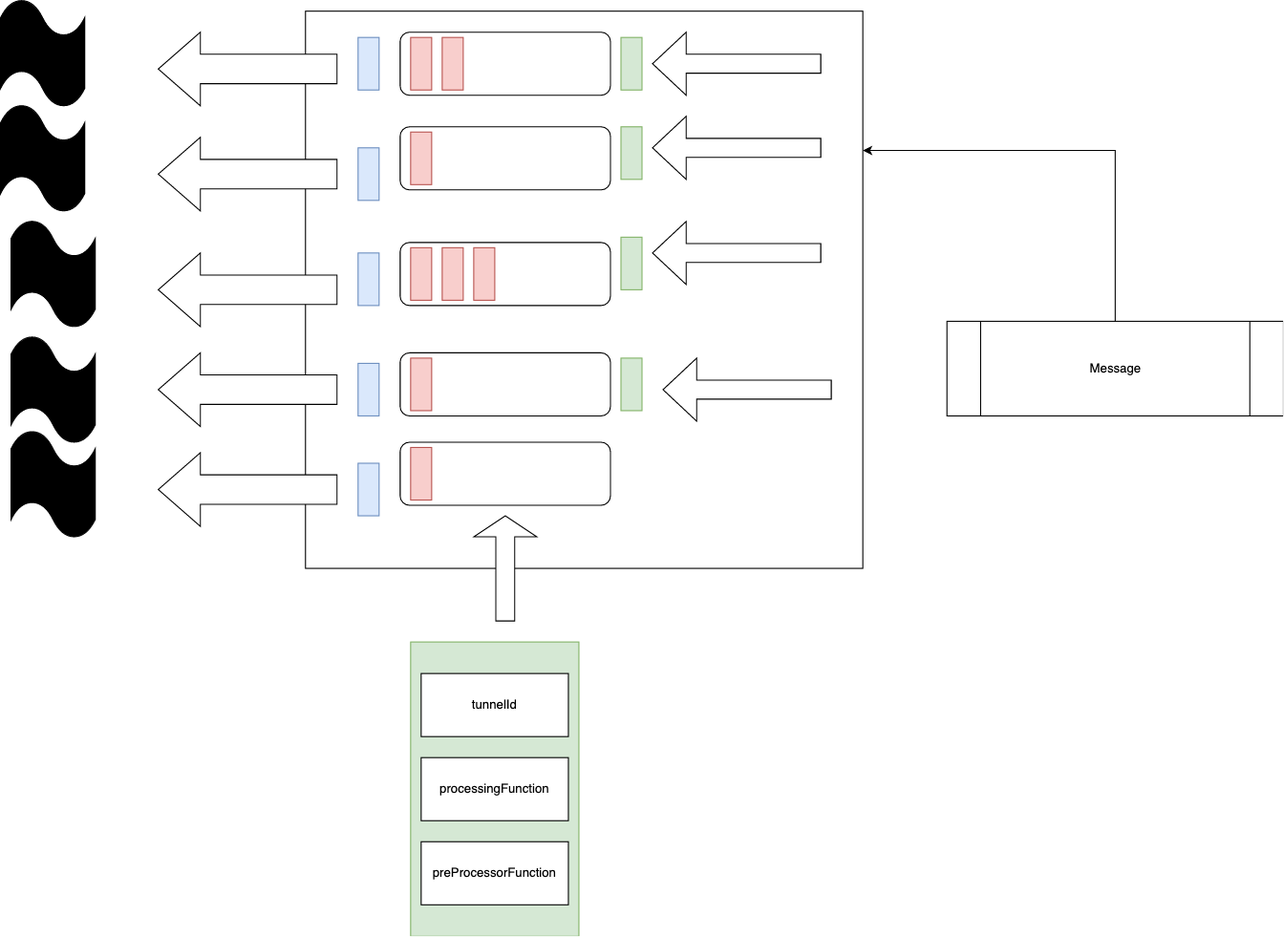
This is doc/JsSchedular.png from AmeetGill/Trison, a draw.io export, as it was before one commit. Source tidied: cells renumbered, new cells last; positions are measured from the earlier drawing's top-left corner, leaving out a move shared by most shapes. Its diagram source:
```xml
<mxGraphModel>
  <root>
    <mxCell id="0" />
    <mxCell id="1" parent="0" />
    <mxCell id="2" style="whiteSpace=wrap;html=1;" parent="1" vertex="1">
      <mxGeometry x="290" y="10" width="530" height="530" as="geometry" />
    </mxCell>
    <mxCell id="3" style="rounded=1;whiteSpace=wrap;html=1;" parent="1" vertex="1">
      <mxGeometry x="380" y="120" width="200" height="60" as="geometry" />
    </mxCell>
    <mxCell id="4" style="rounded=1;whiteSpace=wrap;html=1;" parent="1" vertex="1">
      <mxGeometry x="380" y="230" width="200" height="60" as="geometry" />
    </mxCell>
    <mxCell id="5" style="rounded=1;whiteSpace=wrap;html=1;" parent="1" vertex="1">
      <mxGeometry x="380" y="335" width="200" height="60" as="geometry" />
    </mxCell>
    <mxCell id="6" style="rounded=1;whiteSpace=wrap;html=1;" parent="1" vertex="1">
      <mxGeometry x="380" y="30" width="200" height="60" as="geometry" />
    </mxCell>
    <mxCell id="7" style="shape=singleArrow;direction=west;whiteSpace=wrap;html=1;" parent="1" vertex="1">
      <mxGeometry x="620" y="30" width="160" height="60" as="geometry" />
    </mxCell>
    <mxCell id="8" style="shape=singleArrow;direction=west;whiteSpace=wrap;html=1;" parent="1" vertex="1">
      <mxGeometry x="620" y="110" width="160" height="60" as="geometry" />
    </mxCell>
    <mxCell id="9" style="shape=singleArrow;direction=west;whiteSpace=wrap;html=1;" parent="1" vertex="1">
      <mxGeometry x="620" y="210" width="160" height="60" as="geometry" />
    </mxCell>
    <mxCell id="10" style="shape=singleArrow;direction=west;whiteSpace=wrap;html=1;" parent="1" vertex="1">
      <mxGeometry x="630" y="340" width="160" height="60" as="geometry" />
    </mxCell>
    <mxCell id="11" style="shape=singleArrow;direction=north;whiteSpace=wrap;html=1;" parent="1" vertex="1">
      <mxGeometry x="450" y="490" width="60" height="100" as="geometry" />
    </mxCell>
    <mxCell id="12" style="rounded=1;whiteSpace=wrap;html=1;" parent="1" vertex="1">
      <mxGeometry x="380" y="420" width="200" height="60" as="geometry" />
    </mxCell>
    <mxCell id="13" style="shape=mxgraph.bpmn.ad_hoc;fillColor=#000000;html=1;" parent="1" vertex="1">
      <mxGeometry width="80" height="100" as="geometry" />
    </mxCell>
    <mxCell id="14" style="shape=mxgraph.bpmn.ad_hoc;fillColor=#000000;html=1;" parent="1" vertex="1">
      <mxGeometry y="100" width="80" height="100" as="geometry" />
    </mxCell>
    <mxCell id="15" style="shape=mxgraph.bpmn.ad_hoc;fillColor=#000000;html=1;" parent="1" vertex="1">
      <mxGeometry x="10" y="210" width="80" height="100" as="geometry" />
    </mxCell>
    <mxCell id="16" style="shape=mxgraph.bpmn.ad_hoc;fillColor=#000000;html=1;" parent="1" vertex="1">
      <mxGeometry x="10" y="320" width="80" height="100" as="geometry" />
    </mxCell>
    <mxCell id="17" style="html=1;shadow=0;dashed=0;align=center;verticalAlign=middle;shape=mxgraph.arrows2.arrow;dy=0.6;dx=40;flipH=1;notch=0;" parent="1" vertex="1">
      <mxGeometry x="150" y="30" width="170" height="70" as="geometry" />
    </mxCell>
    <mxCell id="18" style="html=1;shadow=0;dashed=0;align=center;verticalAlign=middle;shape=mxgraph.arrows2.arrow;dy=0.6;dx=40;flipH=1;notch=0;" parent="1" vertex="1">
      <mxGeometry x="150" y="130" width="170" height="70" as="geometry" />
    </mxCell>
    <mxCell id="19" style="html=1;shadow=0;dashed=0;align=center;verticalAlign=middle;shape=mxgraph.arrows2.arrow;dy=0.6;dx=40;flipH=1;notch=0;" parent="1" vertex="1">
      <mxGeometry x="150" y="240" width="170" height="70" as="geometry" />
    </mxCell>
    <mxCell id="20" style="html=1;shadow=0;dashed=0;align=center;verticalAlign=middle;shape=mxgraph.arrows2.arrow;dy=0.6;dx=40;flipH=1;notch=0;" parent="1" vertex="1">
      <mxGeometry x="150" y="335" width="170" height="70" as="geometry" />
    </mxCell>
    <mxCell id="21" style="rounded=0;whiteSpace=wrap;html=1;fillColor=#f8cecc;strokeColor=#b85450;" parent="1" vertex="1">
      <mxGeometry x="390" y="235" width="20" height="50" as="geometry" />
    </mxCell>
    <mxCell id="22" style="rounded=0;whiteSpace=wrap;html=1;fillColor=#f8cecc;strokeColor=#b85450;" parent="1" vertex="1">
      <mxGeometry x="390" y="125" width="20" height="50" as="geometry" />
    </mxCell>
    <mxCell id="23" style="rounded=0;whiteSpace=wrap;html=1;fillColor=#f8cecc;strokeColor=#b85450;" parent="1" vertex="1">
      <mxGeometry x="420" y="35" width="20" height="50" as="geometry" />
    </mxCell>
    <mxCell id="24" style="rounded=0;whiteSpace=wrap;html=1;fillColor=#f8cecc;strokeColor=#b85450;" parent="1" vertex="1">
      <mxGeometry x="390" y="35" width="20" height="50" as="geometry" />
    </mxCell>
    <mxCell id="25" style="rounded=0;whiteSpace=wrap;html=1;fillColor=#f8cecc;strokeColor=#b85450;" parent="1" vertex="1">
      <mxGeometry x="390" y="425" width="20" height="50" as="geometry" />
    </mxCell>
    <mxCell id="26" style="rounded=0;whiteSpace=wrap;html=1;fillColor=#f8cecc;strokeColor=#b85450;" parent="1" vertex="1">
      <mxGeometry x="450" y="235" width="20" height="50" as="geometry" />
    </mxCell>
    <mxCell id="27" style="rounded=0;whiteSpace=wrap;html=1;fillColor=#f8cecc;strokeColor=#b85450;" parent="1" vertex="1">
      <mxGeometry x="420" y="235" width="20" height="50" as="geometry" />
    </mxCell>
    <mxCell id="28" style="rounded=0;whiteSpace=wrap;html=1;fillColor=#f8cecc;strokeColor=#b85450;" parent="1" vertex="1">
      <mxGeometry x="390" y="340" width="20" height="50" as="geometry" />
    </mxCell>
    <mxCell id="29" style="shape=mxgraph.bpmn.ad_hoc;fillColor=#000000;html=1;" parent="1" vertex="1">
      <mxGeometry x="10" y="410" width="80" height="100" as="geometry" />
    </mxCell>
    <mxCell id="30" style="html=1;shadow=0;dashed=0;align=center;verticalAlign=middle;shape=mxgraph.arrows2.arrow;dy=0.6;dx=40;flipH=1;notch=0;" parent="1" vertex="1">
      <mxGeometry x="150" y="430" width="170" height="70" as="geometry" />
    </mxCell>
    <mxCell id="31" style="rounded=0;whiteSpace=wrap;html=1;fillColor=#d5e8d4;strokeColor=#82b366;" parent="1" vertex="1">
      <mxGeometry x="590" y="225" width="20" height="50" as="geometry" />
    </mxCell>
    <mxCell id="32" style="rounded=0;whiteSpace=wrap;html=1;fillColor=#d5e8d4;strokeColor=#82b366;" parent="1" vertex="1">
      <mxGeometry x="590" y="120" width="20" height="50" as="geometry" />
    </mxCell>
    <mxCell id="33" style="rounded=0;whiteSpace=wrap;html=1;fillColor=#d5e8d4;strokeColor=#82b366;" parent="1" vertex="1">
      <mxGeometry x="590" y="35" width="20" height="50" as="geometry" />
    </mxCell>
    <mxCell id="34" style="rounded=0;whiteSpace=wrap;html=1;fillColor=#d5e8d4;strokeColor=#82b366;" parent="1" vertex="1">
      <mxGeometry x="590" y="340" width="20" height="50" as="geometry" />
    </mxCell>
    <mxCell id="35" style="rounded=0;whiteSpace=wrap;html=1;fillColor=#dae8fc;strokeColor=#6c8ebf;" parent="1" vertex="1">
      <mxGeometry x="340" y="440" width="20" height="50" as="geometry" />
    </mxCell>
    <mxCell id="36" style="rounded=0;whiteSpace=wrap;html=1;fillColor=#dae8fc;strokeColor=#6c8ebf;" parent="1" vertex="1">
      <mxGeometry x="340" y="345" width="20" height="50" as="geometry" />
    </mxCell>
    <mxCell id="37" style="rounded=0;whiteSpace=wrap;html=1;fillColor=#dae8fc;strokeColor=#6c8ebf;" parent="1" vertex="1">
      <mxGeometry x="340" y="240" width="20" height="50" as="geometry" />
    </mxCell>
    <mxCell id="38" style="rounded=0;whiteSpace=wrap;html=1;fillColor=#dae8fc;strokeColor=#6c8ebf;" parent="1" vertex="1">
      <mxGeometry x="340" y="140" width="20" height="50" as="geometry" />
    </mxCell>
    <mxCell id="39" style="rounded=0;whiteSpace=wrap;html=1;fillColor=#dae8fc;strokeColor=#6c8ebf;" parent="1" vertex="1">
      <mxGeometry x="340" y="35" width="20" height="50" as="geometry" />
    </mxCell>
    <mxCell id="40" style="rounded=0;whiteSpace=wrap;html=1;fillColor=#d5e8d4;strokeColor=#82b366;" parent="1" vertex="1">
      <mxGeometry x="390" y="610" width="160" height="280" as="geometry" />
    </mxCell>
    <mxCell id="41" value="tunnelId" style="rounded=0;whiteSpace=wrap;html=1;" parent="1" vertex="1">
      <mxGeometry x="400" y="640" width="140" height="60" as="geometry" />
    </mxCell>
    <mxCell id="42" value="processingFunction" style="rounded=0;whiteSpace=wrap;html=1;" parent="1" vertex="1">
      <mxGeometry x="400" y="720" width="140" height="60" as="geometry" />
    </mxCell>
    <mxCell id="43" value="preProcessorFunction" style="rounded=0;whiteSpace=wrap;html=1;" parent="1" vertex="1">
      <mxGeometry x="400" y="800" width="140" height="60" as="geometry" />
    </mxCell>
    <mxCell id="44" style="edgeStyle=orthogonalEdgeStyle;rounded=0;jettySize=auto;html=1;exitX=0.5;exitY=0;exitDx=0;exitDy=0;entryX=1;entryY=0.25;entryDx=0;entryDy=0;" parent="1" edge="1" source="45" target="2">
      <mxGeometry relative="1" as="geometry" />
    </mxCell>
    <mxCell id="45" value="Message" style="shape=process;whiteSpace=wrap;html=1;backgroundOutline=1;" parent="1" vertex="1">
      <mxGeometry x="900" y="305" width="320" height="90" as="geometry" />
    </mxCell>
  </root>
</mxGraphModel>
```
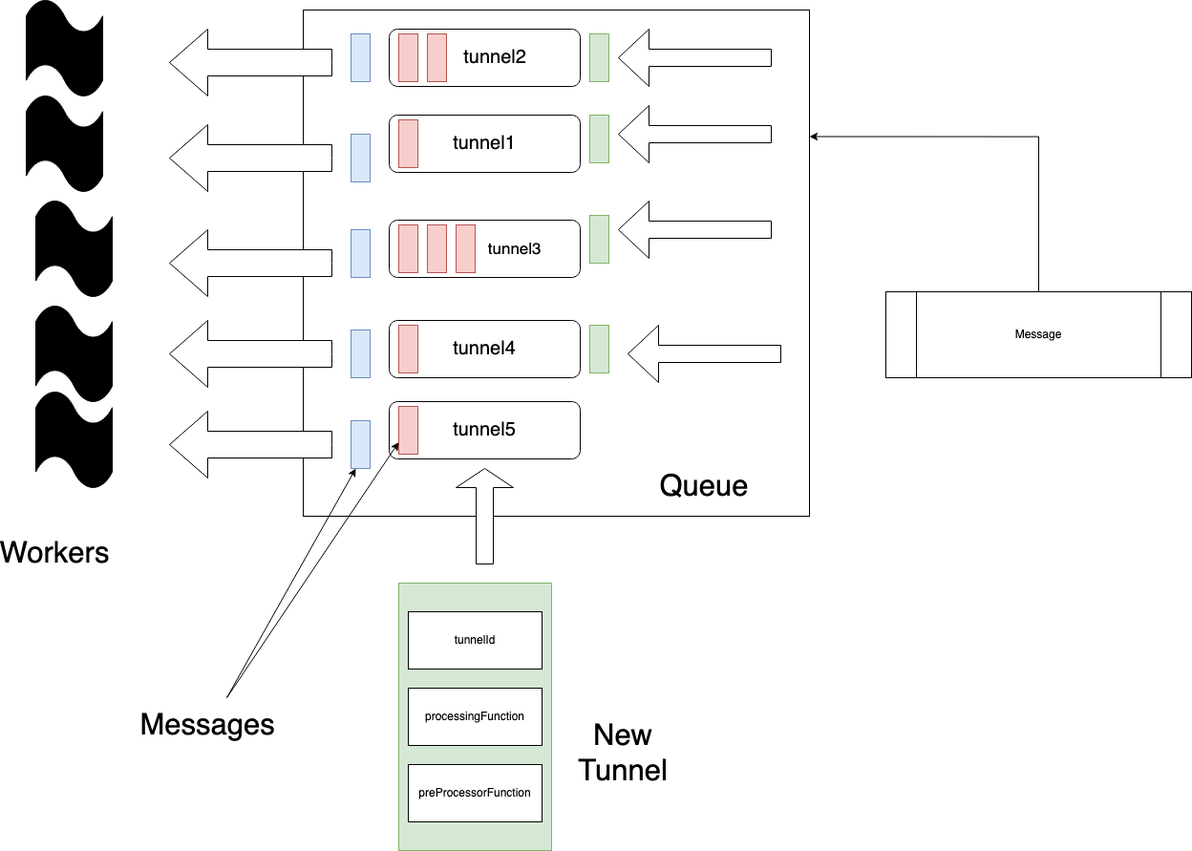
Later version of the same file.

The edit, as a diff of the source:
```diff
@@ -5,16 +5,16 @@
     <mxCell id="2" style="whiteSpace=wrap;html=1;" parent="1" vertex="1">
       <mxGeometry x="290" y="10" width="530" height="530" as="geometry" />
     </mxCell>
-    <mxCell id="3" style="rounded=1;whiteSpace=wrap;html=1;" parent="1" vertex="1">
+    <mxCell id="3" value="&lt;font style=&quot;font-size: 20px&quot;&gt;tunnel1&lt;/font&gt;" style="rounded=1;whiteSpace=wrap;html=1;" parent="1" vertex="1">
       <mxGeometry x="380" y="120" width="200" height="60" as="geometry" />
     </mxCell>
-    <mxCell id="4" style="rounded=1;whiteSpace=wrap;html=1;" parent="1" vertex="1">
+    <mxCell id="4" value="&amp;nbsp;&amp;nbsp;&amp;nbsp;&amp;nbsp;&amp;nbsp;&amp;nbsp;&amp;nbsp;&amp;nbsp;&amp;nbsp;&amp;nbsp;&amp;nbsp; &amp;nbsp; &amp;nbsp; &amp;nbsp;&amp;nbsp; &lt;font style=&quot;font-size: 17px&quot;&gt;tunnel3&lt;/font&gt;" style="rounded=1;whiteSpace=wrap;html=1;" parent="1" vertex="1">
       <mxGeometry x="380" y="230" width="200" height="60" as="geometry" />
     </mxCell>
-    <mxCell id="5" style="rounded=1;whiteSpace=wrap;html=1;" parent="1" vertex="1">
+    <mxCell id="5" value="&lt;font style=&quot;font-size: 20px&quot;&gt;tunnel4&lt;/font&gt;" style="rounded=1;whiteSpace=wrap;html=1;" parent="1" vertex="1">
       <mxGeometry x="380" y="335" width="200" height="60" as="geometry" />
     </mxCell>
-    <mxCell id="6" style="rounded=1;whiteSpace=wrap;html=1;" parent="1" vertex="1">
+    <mxCell id="6" value="&lt;font style=&quot;font-size: 20px&quot;&gt;&amp;nbsp;&amp;nbsp;&amp;nbsp; tunnel2&lt;/font&gt;" style="rounded=1;whiteSpace=wrap;html=1;" parent="1" vertex="1">
       <mxGeometry x="380" y="30" width="200" height="60" as="geometry" />
     </mxCell>
     <mxCell id="7" style="shape=singleArrow;direction=west;whiteSpace=wrap;html=1;" parent="1" vertex="1">
@@ -32,7 +32,7 @@
     <mxCell id="11" style="shape=singleArrow;direction=north;whiteSpace=wrap;html=1;" parent="1" vertex="1">
       <mxGeometry x="450" y="490" width="60" height="100" as="geometry" />
     </mxCell>
-    <mxCell id="12" style="rounded=1;whiteSpace=wrap;html=1;" parent="1" vertex="1">
+    <mxCell id="12" value="&lt;font style=&quot;font-size: 20px&quot;&gt;tunnel5&lt;/font&gt;" style="rounded=1;whiteSpace=wrap;html=1;" parent="1" vertex="1">
       <mxGeometry x="380" y="420" width="200" height="60" as="geometry" />
     </mxCell>
     <mxCell id="13" style="shape=mxgraph.bpmn.ad_hoc;fillColor=#000000;html=1;" parent="1" vertex="1">
@@ -134,5 +134,27 @@
     <mxCell id="45" value="Message" style="shape=process;whiteSpace=wrap;html=1;backgroundOutline=1;" parent="1" vertex="1">
       <mxGeometry x="900" y="305" width="320" height="90" as="geometry" />
     </mxCell>
+    <mxCell id="46" value="Queue" style="text;html=1;strokeColor=none;fillColor=none;align=center;verticalAlign=middle;whiteSpace=wrap;rounded=0;fontSize=31;" parent="1" vertex="1">
+      <mxGeometry x="690" y="500" width="40" height="20" as="geometry" />
+    </mxCell>
+    <mxCell id="47" value="Workers" style="text;html=1;strokeColor=none;fillColor=none;align=center;verticalAlign=middle;whiteSpace=wrap;rounded=0;fontSize=31;" parent="1" vertex="1">
+      <mxGeometry x="10" y="570" width="40" height="20" as="geometry" />
+    </mxCell>
+    <mxCell id="48" value="New Tunnel" style="text;html=1;strokeColor=none;fillColor=none;align=center;verticalAlign=middle;whiteSpace=wrap;rounded=0;fontSize=31;" parent="1" vertex="1">
+      <mxGeometry x="605" y="780" width="40" height="20" as="geometry" />
+    </mxCell>
+    <mxCell id="49" style="endArrow=classic;html=1;fontSize=31;entryX=0.25;entryY=1;entryDx=0;entryDy=0;" parent="1" edge="1" target="35">
+      <mxGeometry relative="1" as="geometry">
+        <mxPoint x="210" y="730" as="sourcePoint" />
+      </mxGeometry>
+    </mxCell>
+    <mxCell id="50" value="Messages" style="text;html=1;strokeColor=none;fillColor=none;align=center;verticalAlign=middle;whiteSpace=wrap;rounded=0;fontSize=31;" parent="1" vertex="1">
+      <mxGeometry x="170" y="750" width="40" height="20" as="geometry" />
+    </mxCell>
+    <mxCell id="51" style="endArrow=classic;html=1;fontSize=31;entryX=0;entryY=0.75;entryDx=0;entryDy=0;" parent="1" edge="1" target="25">
+      <mxGeometry relative="1" as="geometry">
+        <mxPoint x="210" y="730" as="sourcePoint" />
+      </mxGeometry>
+    </mxCell>
   </root>
 </mxGraphModel>
```
